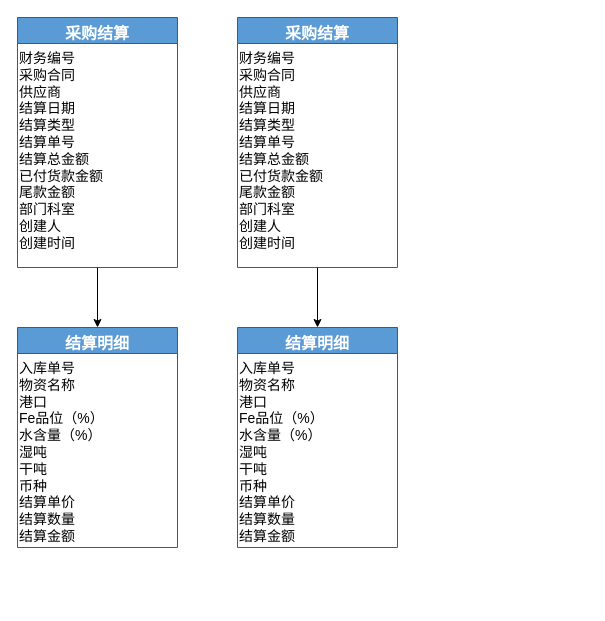
Before: page "结算管理" (12 of 13) of 未命名绘图.drawio in vk567/vk567, a draw.io diagram. Source tidied: cells renumbered, new cells numbered last; positions are measured from the earlier drawing's top-left corner, leaving out a move shared by most shapes. Both pictures are drawn from the tidied source at 100%, with x=0, y=0 at pixel (17, 17).
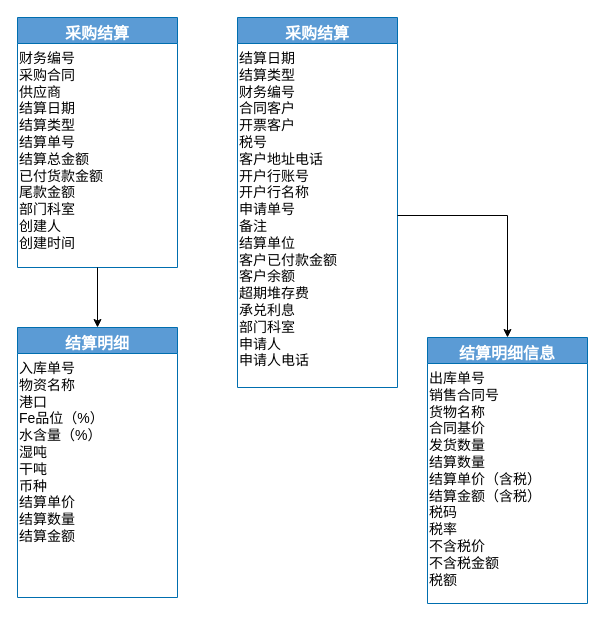
The same diagram, later.

Commit message:
更新未命名绘图.drawio

Diff of the diagram source:
```diff
@@
 <mxGraphModel>
   <root>
     <mxCell id="0" />
     <mxCell id="1" parent="0" />
     <mxCell id="2" value="采购结算" style="swimlane;fontStyle=1;align=center;verticalAlign=top;horizontal=1;startSize=26;rounded=0;shadow=0;strokeWidth=1;fillColor=#5B9BD5;fontColor=#ffffff;strokeColor=#006EAF;fillStyle=solid;fontSize=16;" parent="1" vertex="1">
       <mxGeometry width="160" height="250" as="geometry" />
     </mxCell>
     <mxCell id="3" value="&lt;div&gt;财务编号&lt;/div&gt;&lt;div&gt;&lt;span style=&quot;font-size: 14px;&quot;&gt;采购合同&lt;/span&gt;&lt;/div&gt;&lt;div&gt;&lt;span style=&quot;font-size: 14px;&quot;&gt;供应商&lt;/span&gt;&lt;/div&gt;&lt;div&gt;&lt;span style=&quot;font-size: 14px;&quot;&gt;结算日期&lt;/span&gt;&lt;/div&gt;&lt;div&gt;&lt;span style=&quot;font-size: 14px;&quot;&gt;结算类型&lt;/span&gt;&lt;/div&gt;&lt;div&gt;&lt;span style=&quot;font-size: 14px;&quot;&gt;结算单号&lt;/span&gt;&lt;/div&gt;&lt;div&gt;&lt;span style=&quot;font-size: 14px;&quot;&gt;结算总金额&lt;/span&gt;&lt;/div&gt;&lt;div&gt;&lt;span style=&quot;font-size: 14px;&quot;&gt;已付货款金额&lt;/span&gt;&lt;/div&gt;&lt;div&gt;&lt;span style=&quot;font-size: 14px;&quot;&gt;尾款金额&lt;/span&gt;&lt;/div&gt;&lt;div&gt;&lt;span style=&quot;font-size: 14px;&quot;&gt;部门科室&lt;/span&gt;&lt;/div&gt;&lt;div&gt;&lt;span style=&quot;font-size: 14px;&quot;&gt;创建人&lt;/span&gt;&lt;/div&gt;&lt;div&gt;&lt;span style=&quot;font-size: 14px;&quot;&gt;创建时间&lt;/span&gt;&lt;/div&gt;" style="text;whiteSpace=wrap;html=1;fontSize=14;" parent="2" vertex="1">
       <mxGeometry y="26" width="160" height="224" as="geometry" />
     </mxCell>
     <mxCell id="4" value="结算明细" style="swimlane;fontStyle=1;align=center;verticalAlign=top;horizontal=1;startSize=26;rounded=0;shadow=0;strokeWidth=1;fillColor=#5B9BD5;fontColor=#ffffff;strokeColor=#006EAF;fillStyle=solid;fontSize=16;" parent="1" vertex="1">
-      <mxGeometry y="310" width="160" height="220" as="geometry" />
+      <mxGeometry y="310" width="160" height="270" as="geometry" />
     </mxCell>
     <mxCell id="5" value="&lt;div&gt;入库单号&lt;/div&gt;&lt;div&gt;&lt;span style=&quot;font-size: 14px;&quot;&gt;物资名称&lt;/span&gt;&lt;/div&gt;&lt;div&gt;&lt;span style=&quot;font-size: 14px;&quot;&gt;港口&lt;/span&gt;&lt;/div&gt;&lt;div&gt;&lt;span style=&quot;font-size: 14px;&quot;&gt;Fe品位（%）&lt;/span&gt;&lt;/div&gt;&lt;div&gt;&lt;span style=&quot;font-size: 14px;&quot;&gt;水含量（%）&lt;/span&gt;&lt;/div&gt;&lt;div&gt;&lt;span style=&quot;font-size: 14px;&quot;&gt;湿吨&lt;/span&gt;&lt;/div&gt;&lt;div&gt;&lt;span style=&quot;font-size: 14px;&quot;&gt;干吨&lt;/span&gt;&lt;/div&gt;&lt;div&gt;&lt;span style=&quot;font-size: 14px;&quot;&gt;币种&lt;/span&gt;&lt;/div&gt;&lt;div&gt;&lt;span style=&quot;font-size: 14px;&quot;&gt;结算单价&lt;/span&gt;&lt;/div&gt;&lt;div&gt;&lt;span style=&quot;font-size: 14px;&quot;&gt;结算数量&lt;/span&gt;&lt;/div&gt;&lt;div&gt;&lt;span style=&quot;font-size: 14px;&quot;&gt;结算金额&lt;/span&gt;&lt;/div&gt;" style="text;whiteSpace=wrap;html=1;fontSize=14;" parent="4" vertex="1">
-      <mxGeometry y="26" width="160" height="194" as="geometry" />
+      <mxGeometry y="26" width="160" height="244" as="geometry" />
     </mxCell>
     <mxCell id="6" style="edgeStyle=orthogonalEdgeStyle;rounded=0;jettySize=auto;html=1;entryX=0.5;entryY=0;entryDx=0;entryDy=0;" parent="1" edge="1" source="3" target="4">
       <mxGeometry relative="1" as="geometry" />
     </mxCell>
     <mxCell id="7" value="采购结算" style="swimlane;fontStyle=1;align=center;verticalAlign=top;horizontal=1;startSize=26;rounded=0;shadow=0;strokeWidth=1;fillColor=#5B9BD5;fontColor=#ffffff;strokeColor=#006EAF;fillStyle=solid;fontSize=16;" parent="1" vertex="1">
-      <mxGeometry x="220" width="160" height="250" as="geometry" />
+      <mxGeometry x="220" width="160" height="370" as="geometry" />
     </mxCell>
-    <mxCell id="8" value="&lt;div&gt;财务编号&lt;/div&gt;&lt;div&gt;&lt;span style=&quot;font-size: 14px;&quot;&gt;采购合同&lt;/span&gt;&lt;/div&gt;&lt;div&gt;&lt;span style=&quot;font-size: 14px;&quot;&gt;供应商&lt;/span&gt;&lt;/div&gt;&lt;div&gt;&lt;span style=&quot;font-size: 14px;&quot;&gt;结算日期&lt;/span&gt;&lt;/div&gt;&lt;div&gt;&lt;span style=&quot;font-size: 14px;&quot;&gt;结算类型&lt;/span&gt;&lt;/div&gt;&lt;div&gt;&lt;span style=&quot;font-size: 14px;&quot;&gt;结算单号&lt;/span&gt;&lt;/div&gt;&lt;div&gt;&lt;span style=&quot;font-size: 14px;&quot;&gt;结算总金额&lt;/span&gt;&lt;/div&gt;&lt;div&gt;&lt;span style=&quot;font-size: 14px;&quot;&gt;已付货款金额&lt;/span&gt;&lt;/div&gt;&lt;div&gt;&lt;span style=&quot;font-size: 14px;&quot;&gt;尾款金额&lt;/span&gt;&lt;/div&gt;&lt;div&gt;&lt;span style=&quot;font-size: 14px;&quot;&gt;部门科室&lt;/span&gt;&lt;/div&gt;&lt;div&gt;&lt;span style=&quot;font-size: 14px;&quot;&gt;创建人&lt;/span&gt;&lt;/div&gt;&lt;div&gt;&lt;span style=&quot;font-size: 14px;&quot;&gt;创建时间&lt;/span&gt;&lt;/div&gt;" style="text;whiteSpace=wrap;html=1;fontSize=14;" parent="7" vertex="1">
-      <mxGeometry y="26" width="160" height="224" as="geometry" />
+    <mxCell id="8" value="&lt;div&gt;结算日期&lt;/div&gt;&lt;div&gt;&lt;span style=&quot;font-size: 14px;&quot;&gt;结算类型&lt;/span&gt;&lt;/div&gt;&lt;div&gt;&lt;span style=&quot;font-size: 14px;&quot;&gt;财务编号&lt;/span&gt;&lt;/div&gt;&lt;div&gt;&lt;span style=&quot;font-size: 14px;&quot;&gt;合同客户&lt;/span&gt;&lt;/div&gt;&lt;div&gt;&lt;span style=&quot;font-size: 14px;&quot;&gt;开票客户&lt;/span&gt;&lt;/div&gt;&lt;div&gt;&lt;span style=&quot;font-size: 14px;&quot;&gt;税号&lt;/span&gt;&lt;/div&gt;&lt;div&gt;&lt;span style=&quot;font-size: 14px;&quot;&gt;客户地址电话&lt;/span&gt;&lt;/div&gt;&lt;div&gt;&lt;span style=&quot;font-size: 14px;&quot;&gt;开户行账号&lt;/span&gt;&lt;/div&gt;&lt;div&gt;&lt;span style=&quot;font-size: 14px;&quot;&gt;开户行名称&lt;/span&gt;&lt;/div&gt;&lt;div&gt;&lt;span style=&quot;font-size: 14px;&quot;&gt;申请单号&lt;/span&gt;&lt;/div&gt;&lt;div&gt;&lt;span style=&quot;font-size: 14px;&quot;&gt;备注&lt;/span&gt;&lt;/div&gt;&lt;div&gt;&lt;span style=&quot;font-size: 14px;&quot;&gt;结算单位&lt;/span&gt;&lt;/div&gt;&lt;div&gt;&lt;span style=&quot;font-size: 14px;&quot;&gt;客户已付款金额&lt;/span&gt;&lt;/div&gt;&lt;div&gt;&lt;span style=&quot;font-size: 14px;&quot;&gt;客户余额&lt;/span&gt;&lt;/div&gt;&lt;div&gt;&lt;span style=&quot;font-size: 14px;&quot;&gt;超期堆存费&lt;/span&gt;&lt;/div&gt;&lt;div&gt;&lt;span style=&quot;font-size: 14px;&quot;&gt;承兑利息&lt;/span&gt;&lt;/div&gt;&lt;div&gt;&lt;span style=&quot;font-size: 14px;&quot;&gt;部门科室&lt;/span&gt;&lt;/div&gt;&lt;div&gt;&lt;span style=&quot;font-size: 14px;&quot;&gt;申请人&lt;/span&gt;&lt;/div&gt;&lt;div&gt;&lt;span style=&quot;font-size: 14px;&quot;&gt;申请人电话&lt;/span&gt;&lt;/div&gt;" style="text;whiteSpace=wrap;html=1;fontSize=14;" parent="7" vertex="1">
+      <mxGeometry y="26" width="160" height="344" as="geometry" />
     </mxCell>
-    <mxCell id="9" value="结算明细" style="swimlane;fontStyle=1;align=center;verticalAlign=top;horizontal=1;startSize=26;rounded=0;shadow=0;strokeWidth=1;fillColor=#5B9BD5;fontColor=#ffffff;strokeColor=#006EAF;fillStyle=solid;fontSize=16;" parent="1" vertex="1">
-      <mxGeometry x="220" y="310" width="160" height="220" as="geometry" />
+    <mxCell id="9" value="结算明细信息" style="swimlane;fontStyle=1;align=center;verticalAlign=top;horizontal=1;startSize=26;rounded=0;shadow=0;strokeWidth=1;fillColor=#5B9BD5;fontColor=#ffffff;strokeColor=#006EAF;fillStyle=solid;fontSize=16;" parent="1" vertex="1">
+      <mxGeometry x="410" y="320" width="160" height="266" as="geometry" />
     </mxCell>
-    <mxCell id="10" value="&lt;div&gt;入库单号&lt;/div&gt;&lt;div&gt;&lt;span style=&quot;font-size: 14px;&quot;&gt;物资名称&lt;/span&gt;&lt;/div&gt;&lt;div&gt;&lt;span style=&quot;font-size: 14px;&quot;&gt;港口&lt;/span&gt;&lt;/div&gt;&lt;div&gt;&lt;span style=&quot;font-size: 14px;&quot;&gt;Fe品位（%）&lt;/span&gt;&lt;/div&gt;&lt;div&gt;&lt;span style=&quot;font-size: 14px;&quot;&gt;水含量（%）&lt;/span&gt;&lt;/div&gt;&lt;div&gt;&lt;span style=&quot;font-size: 14px;&quot;&gt;湿吨&lt;/span&gt;&lt;/div&gt;&lt;div&gt;&lt;span style=&quot;font-size: 14px;&quot;&gt;干吨&lt;/span&gt;&lt;/div&gt;&lt;div&gt;&lt;span style=&quot;font-size: 14px;&quot;&gt;币种&lt;/span&gt;&lt;/div&gt;&lt;div&gt;&lt;span style=&quot;font-size: 14px;&quot;&gt;结算单价&lt;/span&gt;&lt;/div&gt;&lt;div&gt;&lt;span style=&quot;font-size: 14px;&quot;&gt;结算数量&lt;/span&gt;&lt;/div&gt;&lt;div&gt;&lt;span style=&quot;font-size: 14px;&quot;&gt;结算金额&lt;/span&gt;&lt;/div&gt;" style="text;whiteSpace=wrap;html=1;fontSize=14;" parent="9" vertex="1">
-      <mxGeometry y="26" width="160" height="194" as="geometry" />
+    <mxCell id="10" value="&lt;div&gt;出库单号&lt;/div&gt;&lt;div&gt;&lt;span style=&quot;font-size: 14px;&quot;&gt;销售合同号&lt;/span&gt;&lt;/div&gt;&lt;div&gt;&lt;span style=&quot;font-size: 14px;&quot;&gt;货物名称&lt;/span&gt;&lt;/div&gt;&lt;div&gt;&lt;span style=&quot;font-size: 14px;&quot;&gt;合同基价&lt;/span&gt;&lt;/div&gt;&lt;div&gt;&lt;span style=&quot;font-size: 14px;&quot;&gt;发货数量&lt;/span&gt;&lt;/div&gt;&lt;div&gt;&lt;span style=&quot;font-size: 14px;&quot;&gt;结算数量&lt;/span&gt;&lt;/div&gt;&lt;div&gt;&lt;span style=&quot;font-size: 14px;&quot;&gt;结算单价（含税）&lt;/span&gt;&lt;/div&gt;&lt;div&gt;&lt;span style=&quot;font-size: 14px;&quot;&gt;结算金额（含税）&lt;/span&gt;&lt;/div&gt;&lt;div&gt;&lt;span style=&quot;font-size: 14px;&quot;&gt;税码&lt;/span&gt;&lt;/div&gt;&lt;div&gt;&lt;span style=&quot;font-size: 14px;&quot;&gt;税率&lt;/span&gt;&lt;/div&gt;&lt;div&gt;&lt;span style=&quot;font-size: 14px;&quot;&gt;不含税价&lt;/span&gt;&lt;/div&gt;&lt;div&gt;&lt;span style=&quot;font-size: 14px;&quot;&gt;不含税金额&lt;/span&gt;&lt;/div&gt;&lt;div&gt;&lt;span style=&quot;font-size: 14px;&quot;&gt;税额&lt;/span&gt;&lt;/div&gt;" style="text;whiteSpace=wrap;html=1;fontSize=14;" parent="9" vertex="1">
+      <mxGeometry y="26" width="160" height="240" as="geometry" />
     </mxCell>
     <mxCell id="11" style="edgeStyle=orthogonalEdgeStyle;rounded=0;jettySize=auto;html=1;entryX=0.5;entryY=0;entryDx=0;entryDy=0;" parent="1" edge="1" source="8" target="9">
       <mxGeometry relative="1" as="geometry" />
     </mxCell>
   </root>
 </mxGraphModel>
```
